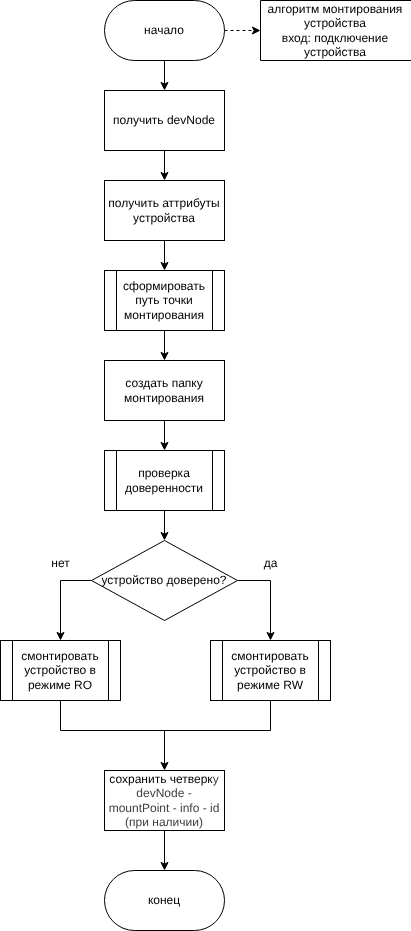
Earlier version of the draw.io export Notes/report/inc/img/mount_algo.drawio.png (pitsmit/Diploma_IU7_2026). Source tidied: cells renumbered, new cells last; positions are measured from the earlier drawing's top-left corner, leaving out a move shared by most shapes.
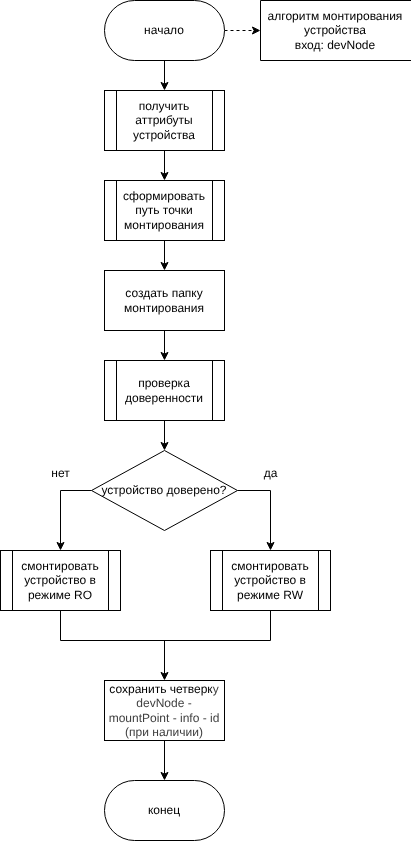
The same file after the commit.

The edit, as a diff of the source:
```diff
@@ -5,30 +5,21 @@
     <mxCell id="2" style="edgeStyle=none;html=1;entryX=0.5;entryY=1;entryDx=0;entryDy=0;dashed=1;" parent="1" edge="1" source="4" target="6">
       <mxGeometry relative="1" as="geometry" />
     </mxCell>
-    <mxCell id="3" style="edgeStyle=none;html=1;entryX=0.5;entryY=0;entryDx=0;entryDy=0;" parent="1" edge="1" source="4" target="8">
+    <mxCell id="3" style="edgeStyle=none;html=1;entryX=0.5;entryY=0;entryDx=0;entryDy=0;" parent="1" edge="1" source="4" target="10">
       <mxGeometry relative="1" as="geometry" />
     </mxCell>
     <mxCell id="4" value="начало" style="rounded=1;whiteSpace=wrap;html=1;arcSize=50;" parent="1" vertex="1">
-      <mxGeometry x="104" width="120" height="60" as="geometry" />
+      <mxGeometry x="104" y="90" width="120" height="60" as="geometry" />
     </mxCell>
     <mxCell id="5" value="конец" style="rounded=1;whiteSpace=wrap;html=1;arcSize=50;" parent="1" vertex="1">
       <mxGeometry x="104" y="870" width="120" height="60" as="geometry" />
     </mxCell>
-    <mxCell id="6" value="алгоритм монтирования устройства&lt;div&gt;вход: подключение устройства&lt;/div&gt;" style="shape=partialRectangle;whiteSpace=wrap;html=1;bottom=1;right=1;left=1;top=0;fillColor=none;routingCenterX=-0.5;direction=south;" parent="1" vertex="1">
-      <mxGeometry x="260" width="150" height="60" as="geometry" />
+    <mxCell id="6" value="алгоритм монтирования устройства&lt;div&gt;вход: devNode&lt;/div&gt;" style="shape=partialRectangle;whiteSpace=wrap;html=1;bottom=1;right=1;left=1;top=0;fillColor=none;routingCenterX=-0.5;direction=south;" parent="1" vertex="1">
+      <mxGeometry x="260" y="90" width="150" height="60" as="geometry" />
     </mxCell>
-    <mxCell id="7" style="edgeStyle=none;html=1;entryX=0.5;entryY=0;entryDx=0;entryDy=0;" parent="1" edge="1" source="8" target="10">
-      <mxGeometry relative="1" as="geometry" />
-    </mxCell>
-    <mxCell id="8" value="получить devNode" style="rounded=0;whiteSpace=wrap;html=1;" parent="1" vertex="1">
-      <mxGeometry x="104" y="90" width="120" height="60" as="geometry" />
-    </mxCell>
-    <mxCell id="9" style="edgeStyle=none;html=1;entryX=0.5;entryY=0;entryDx=0;entryDy=0;" parent="1" edge="1" source="10" target="17">
+    <mxCell id="9" style="edgeStyle=none;html=1;entryX=0.5;entryY=0;entryDx=0;entryDy=0;exitX=0.5;exitY=1;exitDx=0;exitDy=0;" parent="1" edge="1" source="10" target="17">
       <mxGeometry relative="1" as="geometry" />
     </mxCell>
-    <mxCell id="10" value="получить аттрибуты устройства" style="rounded=0;whiteSpace=wrap;html=1;" parent="1" vertex="1">
-      <mxGeometry x="104" y="180" width="120" height="60" as="geometry" />
-    </mxCell>
     <mxCell id="11" style="edgeStyle=none;html=1;entryX=0.5;entryY=0;entryDx=0;entryDy=0;" parent="1" edge="1" source="12" target="15">
       <mxGeometry relative="1" as="geometry" />
     </mxCell>
@@ -95,5 +86,8 @@
     <mxCell id="27" value="нет" style="text;html=1;align=center;verticalAlign=middle;strokeColor=none;fillColor=none;" parent="1" vertex="1">
       <mxGeometry x="40" y="548" width="40" height="30" as="geometry" />
     </mxCell>
+    <mxCell id="10" value="&lt;span style=&quot;color: rgb(0, 0, 0);&quot;&gt;получить аттрибуты устройства&lt;/span&gt;" style="shape=process;whiteSpace=wrap;html=1;backgroundOutline=1;" parent="1" vertex="1">
+      <mxGeometry x="104" y="180" width="120" height="60" as="geometry" />
+    </mxCell>
   </root>
 </mxGraphModel>
```
